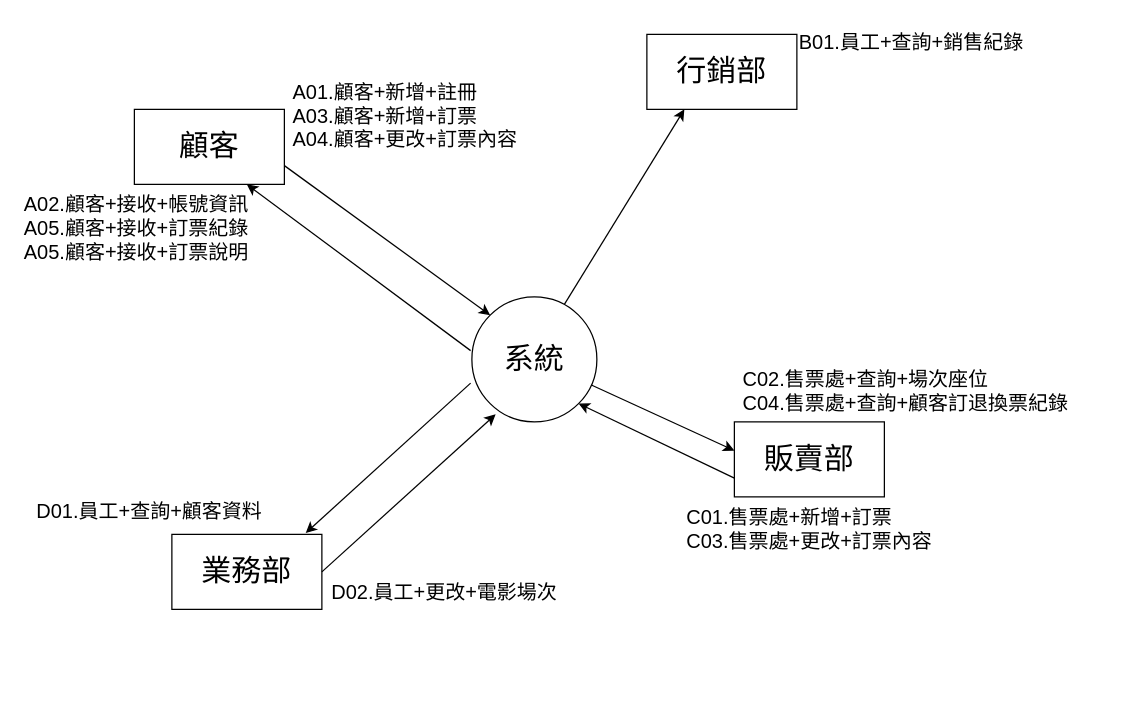
Earlier version of the draw.io diagram Context Diagram.drawio (TYChicode/deepbowl). Source tidied: cells renumbered, new cells numbered last; positions are measured from the earlier drawing's top-left corner, leaving out a move shared by most shapes. Both pictures are drawn from the tidied source at 125%, with x=0, y=0 at pixel (21, 21).
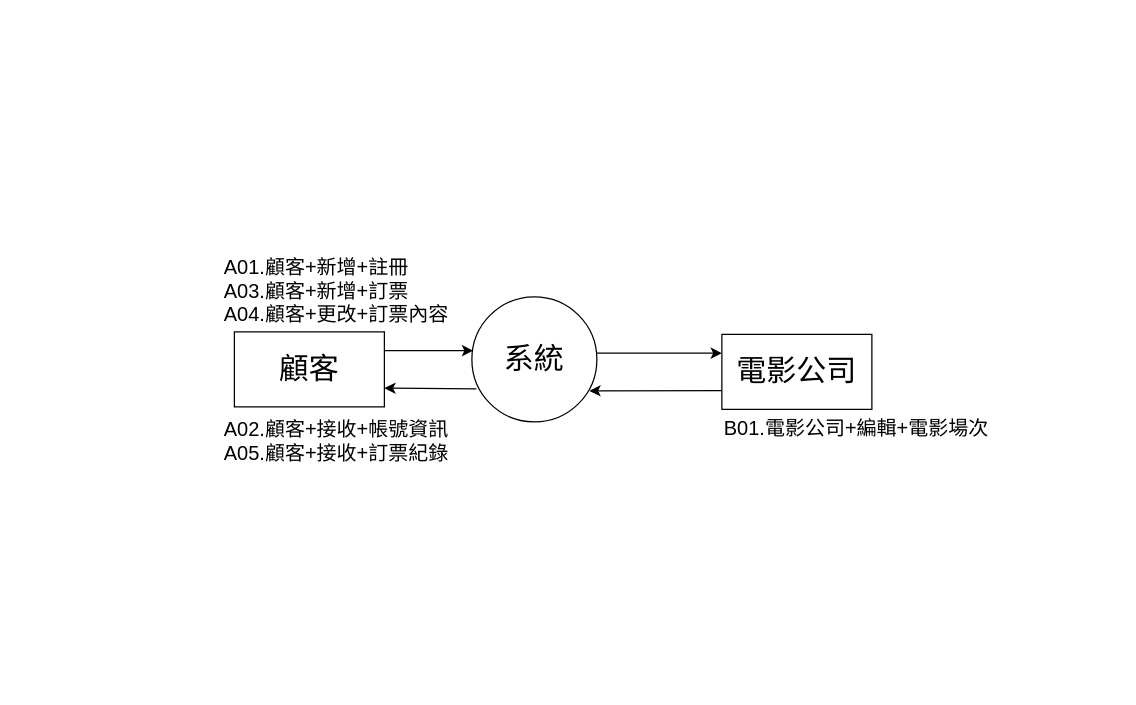
The same diagram, later.

The change refers to these unchanged cells:
```xml
<mxCell id="4" value="&lt;font style=&quot;font-size: 24px&quot;&gt;系統&lt;/font&gt;" style="ellipse;whiteSpace=wrap;html=1;" parent="1" vertex="1">
  <mxGeometry x="360" y="220" width="100" height="100" as="geometry" />
</mxCell>
```

What changed in the source:
```diff
@@
     <mxCell id="2" value="&lt;font style=&quot;font-size: 24px&quot;&gt;顧客&lt;/font&gt;" style="rounded=0;whiteSpace=wrap;html=1;" parent="1" vertex="1">
-      <mxGeometry x="90" y="70" width="120" height="60" as="geometry" />
+      <mxGeometry x="170" y="248" width="120" height="60" as="geometry" />
     </mxCell>
-    <mxCell id="3" value="&lt;font style=&quot;font-size: 24px&quot;&gt;行銷部&lt;/font&gt;" style="rounded=0;whiteSpace=wrap;html=1;" parent="1" vertex="1">
-      <mxGeometry x="500" y="10" width="120" height="60" as="geometry" />
-    </mxCell>
@@
-    <mxCell id="5" value="&lt;font style=&quot;font-size: 24px&quot;&gt;販賣部&lt;/font&gt;" style="rounded=0;whiteSpace=wrap;html=1;" parent="1" vertex="1">
-      <mxGeometry x="570" y="320" width="120" height="60" as="geometry" />
+    <mxCell id="5" value="&lt;span style=&quot;font-size: 24px&quot;&gt;電影公司&lt;/span&gt;" style="rounded=0;whiteSpace=wrap;html=1;" parent="1" vertex="1">
+      <mxGeometry x="560" y="250" width="120" height="60" as="geometry" />
     </mxCell>
-    <mxCell id="6" value="&lt;font style=&quot;font-size: 24px&quot;&gt;業務部&lt;/font&gt;" style="rounded=0;whiteSpace=wrap;html=1;" parent="1" vertex="1">
-      <mxGeometry x="120" y="410" width="120" height="60" as="geometry" />
-    </mxCell>
     <mxCell id="7" value="A01.顧客+新增+註冊&lt;br&gt;A03.顧客+新增+訂票&lt;br&gt;A04.顧客+更改+訂票內容" style="text;html=1;strokeColor=none;fillColor=none;align=left;verticalAlign=top;whiteSpace=wrap;rounded=0;fontSize=16;horizontal=1;" parent="1" vertex="1">
-      <mxGeometry x="215" y="40" width="210" height="90" as="geometry" />
+      <mxGeometry x="160" y="180" width="210" height="90" as="geometry" />
     </mxCell>
-    <mxCell id="8" value="A02.顧客+接收+帳號資訊&lt;br&gt;A05.顧客+接收+訂票紀錄&lt;br&gt;A05.顧客+接收+訂票說明" style="text;html=1;strokeColor=none;fillColor=none;align=left;verticalAlign=top;whiteSpace=wrap;rounded=0;fontSize=16;horizontal=1;" parent="1" vertex="1">
-      <mxGeometry y="130" width="210" height="90" as="geometry" />
+    <mxCell id="8" value="A02.顧客+接收+帳號資訊&lt;br&gt;A05.顧客+接收+訂票紀錄" style="text;html=1;strokeColor=none;fillColor=none;align=left;verticalAlign=top;whiteSpace=wrap;rounded=0;fontSize=16;horizontal=1;" parent="1" vertex="1">
+      <mxGeometry x="160" y="310" width="210" height="90" as="geometry" />
     </mxCell>
-    <mxCell id="9" style="endArrow=classic;html=1;fontSize=16;exitX=1;exitY=0.75;exitDx=0;exitDy=0;entryX=0;entryY=0;entryDx=0;entryDy=0;" parent="1" edge="1" source="2" target="4">
-      <mxGeometry relative="1" as="geometry" />
+    <mxCell id="9" style="endArrow=classic;html=1;fontSize=16;exitX=1;exitY=0.25;exitDx=0;exitDy=0;" parent="1" edge="1" source="2">
+      <mxGeometry relative="1" as="geometry">
+        <mxPoint x="361" y="263" as="targetPoint" />
+      </mxGeometry>
     </mxCell>
-    <mxCell id="10" style="endArrow=classic;html=1;fontSize=16;entryX=0.75;entryY=1;entryDx=0;entryDy=0;exitX=-0.01;exitY=0.43;exitDx=0;exitDy=0;exitPerimeter=0;" parent="1" edge="1" source="4" target="2">
+    <mxCell id="10" style="endArrow=classic;html=1;fontSize=16;exitX=0.036;exitY=0.736;exitDx=0;exitDy=0;exitPerimeter=0;entryX=1;entryY=0.75;entryDx=0;entryDy=0;" parent="1" edge="1" source="4" target="2">
       <mxGeometry relative="1" as="geometry" />
     </mxCell>
-    <mxCell id="11" value="B01.員工+查詢+銷售紀錄" style="text;html=1;strokeColor=none;fillColor=none;align=left;verticalAlign=top;whiteSpace=wrap;rounded=0;fontSize=16;horizontal=1;" parent="1" vertex="1">
-      <mxGeometry x="620" width="210" height="90" as="geometry" />
-    </mxCell>
-    <mxCell id="12" style="endArrow=classic;html=1;fontSize=16;entryX=0.25;entryY=1;entryDx=0;entryDy=0;exitX=0.74;exitY=0.06;exitDx=0;exitDy=0;exitPerimeter=0;" parent="1" edge="1" source="4" target="3">
-      <mxGeometry relative="1" as="geometry" />
-    </mxCell>
-    <mxCell id="13" value="C02.售票處+查詢+場次座位&lt;br&gt;C04.售票處+查詢+顧客訂退換票紀錄" style="text;html=1;strokeColor=none;fillColor=none;align=left;verticalAlign=top;whiteSpace=wrap;rounded=0;fontSize=16;horizontal=1;" parent="1" vertex="1">
-      <mxGeometry x="575" y="270" width="300" height="90" as="geometry" />
+    <mxCell id="13" value="B01.電影公司+編輯+電影場次" style="text;html=1;strokeColor=none;fillColor=none;align=left;verticalAlign=top;whiteSpace=wrap;rounded=0;fontSize=16;horizontal=1;" parent="1" vertex="1">
+      <mxGeometry x="560" y="309" width="300" height="90" as="geometry" />
     </mxCell>
-    <mxCell id="14" value="C01.售票處+新增+訂票&lt;br&gt;C03.售票處+更改+訂票內容" style="text;html=1;strokeColor=none;fillColor=none;align=left;verticalAlign=top;whiteSpace=wrap;rounded=0;fontSize=16;horizontal=1;" parent="1" vertex="1">
-      <mxGeometry x="530" y="380" width="210" height="90" as="geometry" />
-    </mxCell>
-    <mxCell id="15" style="endArrow=classic;html=1;fontSize=16;exitX=0;exitY=0.75;exitDx=0;exitDy=0;entryX=1;entryY=1;entryDx=0;entryDy=0;" parent="1" edge="1" source="5" target="4">
+    <mxCell id="15" style="endArrow=classic;html=1;fontSize=16;exitX=0;exitY=0.75;exitDx=0;exitDy=0;entryX=0.94;entryY=0.752;entryDx=0;entryDy=0;entryPerimeter=0;" parent="1" edge="1" source="5" target="4">
       <mxGeometry relative="1" as="geometry" />
     </mxCell>
-    <mxCell id="16" style="endArrow=classic;html=1;fontSize=16;entryX=0;entryY=0.383;entryDx=0;entryDy=0;entryPerimeter=0;" parent="1" edge="1" source="4" target="5">
-      <mxGeometry relative="1" as="geometry" />
+    <mxCell id="16" style="endArrow=classic;html=1;fontSize=16;entryX=0;entryY=0.25;entryDx=0;entryDy=0;" parent="1" edge="1" target="5">
+      <mxGeometry relative="1" as="geometry">
+        <mxPoint x="460" y="265" as="sourcePoint" />
+      </mxGeometry>
     </mxCell>
-    <mxCell id="17" value="D01.員工+查詢+顧客資料&lt;br&gt;" style="text;html=1;strokeColor=none;fillColor=none;align=left;verticalAlign=top;whiteSpace=wrap;rounded=0;fontSize=16;horizontal=1;" parent="1" vertex="1">
-      <mxGeometry x="10" y="375" width="220" height="25" as="geometry" />
-    </mxCell>
-    <mxCell id="18" value="D02.員工+更改+電影場次" style="text;html=1;strokeColor=none;fillColor=none;align=left;verticalAlign=top;whiteSpace=wrap;rounded=0;fontSize=16;horizontal=1;" parent="1" vertex="1">
-      <mxGeometry x="246" y="440" width="260" height="90" as="geometry" />
-    </mxCell>
-    <mxCell id="19" style="endArrow=classic;html=1;fontSize=16;exitX=1;exitY=0.5;exitDx=0;exitDy=0;entryX=0.19;entryY=0.94;entryDx=0;entryDy=0;entryPerimeter=0;" parent="1" edge="1" source="6" target="4">
-      <mxGeometry relative="1" as="geometry" />
-    </mxCell>
-    <mxCell id="20" style="endArrow=classic;html=1;fontSize=16;exitX=-0.01;exitY=0.69;exitDx=0;exitDy=0;entryX=0.892;entryY=-0.017;entryDx=0;entryDy=0;entryPerimeter=0;exitPerimeter=0;" parent="1" edge="1" source="4" target="6">
-      <mxGeometry relative="1" as="geometry" />
-    </mxCell>
```
